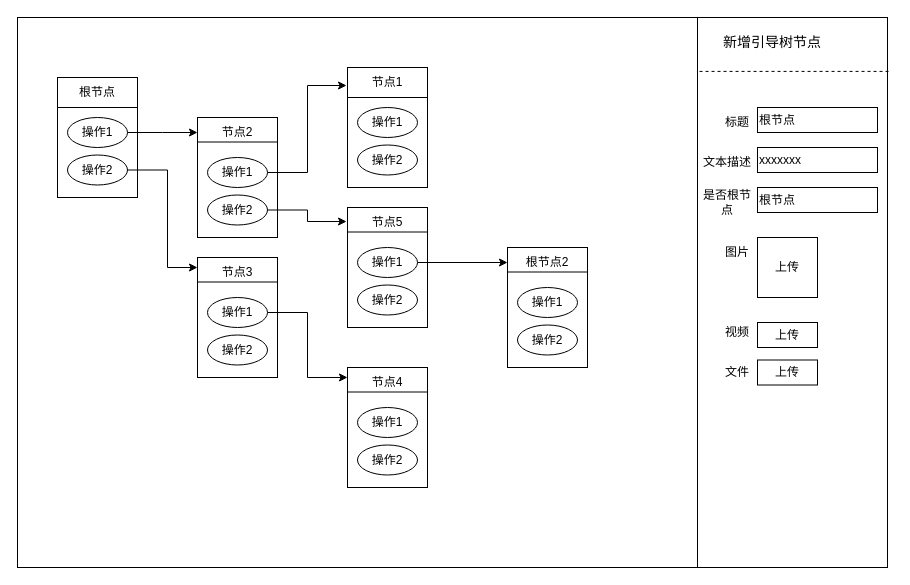
Above: 节点树管理.drawio in huhailong147/Test (draw.io), before the change. Source tidied: cells renumbered, new cells numbered last; positions are measured from the earlier drawing's top-left corner, leaving out a move shared by most shapes. Both pictures are drawn from the tidied source at 100%, with x=0, y=0 at pixel (17, 17).
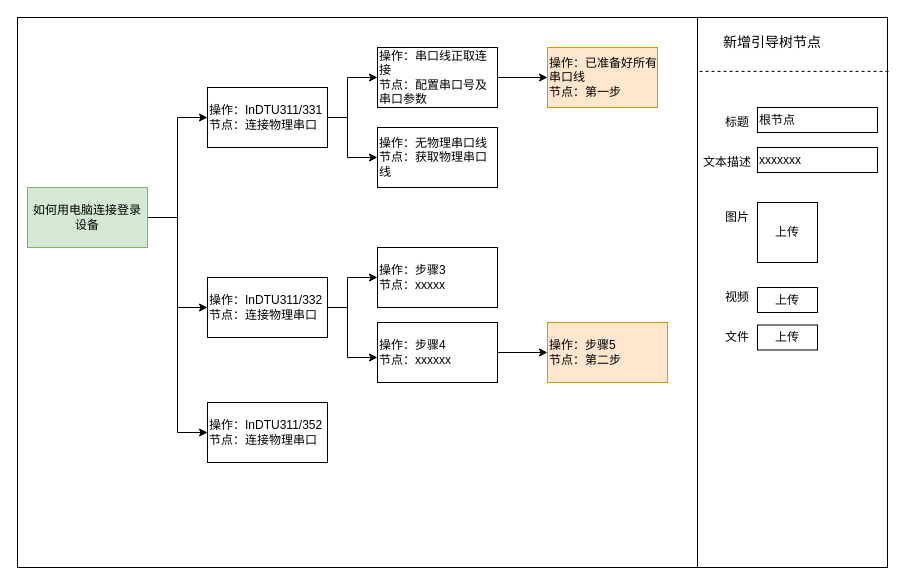
Above is the later version.

Commit message:
更新节点树管理.drawio

What changed in the source:
```diff
@@
-    <mxCell id="8" style="group;" parent="1" vertex="1">
-      <mxGeometry x="330" y="50" width="80" height="120" as="geometry" />
-    </mxCell>
-    <mxCell id="9" style="rounded=0;whiteSpace=wrap;html=1;" parent="8" vertex="1">
-      <mxGeometry width="80" height="120" as="geometry" />
-    </mxCell>
-    <mxCell id="10" value="节点1" style="text;html=1;strokeColor=none;fillColor=none;align=center;verticalAlign=middle;whiteSpace=wrap;rounded=0;" parent="8" vertex="1">
-      <mxGeometry x="10" width="60" height="30" as="geometry" />
-    </mxCell>
-    <mxCell id="11" value="操作1" style="ellipse;whiteSpace=wrap;html=1;" parent="8" vertex="1">
-      <mxGeometry x="10" y="40" width="60" height="30" as="geometry" />
-    </mxCell>
-    <mxCell id="12" value="操作2" style="ellipse;whiteSpace=wrap;html=1;" parent="8" vertex="1">
-      <mxGeometry x="10" y="77.5" width="60" height="30" as="geometry" />
-    </mxCell>
-    <mxCell id="13" style="endArrow=none;html=1;rounded=0;entryX=1;entryY=0.25;entryDx=0;entryDy=0;exitX=0;exitY=0.25;exitDx=0;exitDy=0;" parent="8" edge="1" source="9" target="9">
-      <mxGeometry relative="1" as="geometry" />
-    </mxCell>
-    <mxCell id="14" style="group;" parent="1" vertex="1">
-      <mxGeometry x="180" y="100" width="80" height="120" as="geometry" />
-    </mxCell>
-    <mxCell id="15" style="rounded=0;whiteSpace=wrap;html=1;" parent="14" vertex="1">
-      <mxGeometry width="80" height="120" as="geometry" />
-    </mxCell>
-    <mxCell id="16" value="节点2" style="text;html=1;strokeColor=none;fillColor=none;align=center;verticalAlign=middle;whiteSpace=wrap;rounded=0;" parent="14" vertex="1">
-      <mxGeometry x="10" width="60" height="30" as="geometry" />
-    </mxCell>
-    <mxCell id="17" value="操作1" style="ellipse;whiteSpace=wrap;html=1;" parent="14" vertex="1">
-      <mxGeometry x="10" y="40" width="60" height="30" as="geometry" />
-    </mxCell>
-    <mxCell id="18" value="操作2" style="ellipse;whiteSpace=wrap;html=1;" parent="14" vertex="1">
-      <mxGeometry x="10" y="77.5" width="60" height="30" as="geometry" />
-    </mxCell>
-    <mxCell id="19" style="endArrow=none;html=1;rounded=0;entryX=1;entryY=0.25;entryDx=0;entryDy=0;exitX=0;exitY=0.25;exitDx=0;exitDy=0;" parent="14" edge="1">
-      <mxGeometry relative="1" as="geometry">
-        <mxPoint y="24.5" as="sourcePoint" />
-        <mxPoint x="80" y="24.5" as="targetPoint" />
-      </mxGeometry>
-    </mxCell>
-    <mxCell id="20" style="group;" parent="1" vertex="1">
-      <mxGeometry x="40" y="60" width="80" height="120" as="geometry" />
-    </mxCell>
-    <mxCell id="21" style="rounded=0;whiteSpace=wrap;html=1;" parent="20" vertex="1">
-      <mxGeometry width="80" height="120" as="geometry" />
-    </mxCell>
-    <mxCell id="22" style="group;" parent="20" vertex="1">
-      <mxGeometry x="10" width="60" height="107.5" as="geometry" />
-    </mxCell>
-    <mxCell id="23" value="根节点" style="text;html=1;strokeColor=none;fillColor=none;align=center;verticalAlign=middle;whiteSpace=wrap;rounded=0;" parent="22" vertex="1">
-      <mxGeometry width="60" height="30" as="geometry" />
-    </mxCell>
-    <mxCell id="24" value="操作1" style="ellipse;whiteSpace=wrap;html=1;" parent="22" vertex="1">
-      <mxGeometry y="40" width="60" height="30" as="geometry" />
-    </mxCell>
-    <mxCell id="25" value="操作2" style="ellipse;whiteSpace=wrap;html=1;" parent="22" vertex="1">
-      <mxGeometry y="77.5" width="60" height="30" as="geometry" />
-    </mxCell>
-    <mxCell id="26" style="endArrow=none;html=1;rounded=0;exitX=0;exitY=0.25;exitDx=0;exitDy=0;entryX=1;entryY=0.25;entryDx=0;entryDy=0;" parent="20" edge="1" source="21" target="21">
-      <mxGeometry relative="1" as="geometry" />
-    </mxCell>
-    <mxCell id="27" style="group;" parent="1" vertex="1">
-      <mxGeometry x="180" y="240" width="80" height="120" as="geometry" />
-    </mxCell>
-    <mxCell id="28" style="rounded=0;whiteSpace=wrap;html=1;" parent="27" vertex="1">
-      <mxGeometry width="80" height="120" as="geometry" />
-    </mxCell>
-    <mxCell id="29" value="节点3" style="text;html=1;strokeColor=none;fillColor=none;align=center;verticalAlign=middle;whiteSpace=wrap;rounded=0;" parent="27" vertex="1">
-      <mxGeometry x="10" width="60" height="30" as="geometry" />
-    </mxCell>
-    <mxCell id="30" value="操作1" style="ellipse;whiteSpace=wrap;html=1;" parent="27" vertex="1">
-      <mxGeometry x="10" y="40" width="60" height="30" as="geometry" />
-    </mxCell>
-    <mxCell id="31" value="操作2" style="ellipse;whiteSpace=wrap;html=1;" parent="27" vertex="1">
-      <mxGeometry x="10" y="77.5" width="60" height="30" as="geometry" />
-    </mxCell>
-    <mxCell id="32" style="endArrow=none;html=1;rounded=0;entryX=1;entryY=0.25;entryDx=0;entryDy=0;exitX=0;exitY=0.25;exitDx=0;exitDy=0;" parent="27" edge="1">
-      <mxGeometry relative="1" as="geometry">
-        <mxPoint y="24.5" as="sourcePoint" />
-        <mxPoint x="80" y="24.5" as="targetPoint" />
-      </mxGeometry>
-    </mxCell>
-    <mxCell id="33" style="group;" parent="1" vertex="1">
-      <mxGeometry x="330" y="350" width="80" height="120" as="geometry" />
-    </mxCell>
-    <mxCell id="34" style="rounded=0;whiteSpace=wrap;html=1;" parent="33" vertex="1">
-      <mxGeometry width="80" height="120" as="geometry" />
-    </mxCell>
-    <mxCell id="35" value="节点4" style="text;html=1;strokeColor=none;fillColor=none;align=center;verticalAlign=middle;whiteSpace=wrap;rounded=0;" parent="33" vertex="1">
-      <mxGeometry x="10" width="60" height="30" as="geometry" />
-    </mxCell>
-    <mxCell id="36" value="操作1" style="ellipse;whiteSpace=wrap;html=1;" parent="33" vertex="1">
-      <mxGeometry x="10" y="40" width="60" height="30" as="geometry" />
-    </mxCell>
-    <mxCell id="37" value="操作2" style="ellipse;whiteSpace=wrap;html=1;" parent="33" vertex="1">
-      <mxGeometry x="10" y="77.5" width="60" height="30" as="geometry" />
-    </mxCell>
-    <mxCell id="38" style="endArrow=none;html=1;rounded=0;entryX=1;entryY=0.25;entryDx=0;entryDy=0;exitX=0;exitY=0.25;exitDx=0;exitDy=0;" parent="33" edge="1">
-      <mxGeometry relative="1" as="geometry">
-        <mxPoint y="24.5" as="sourcePoint" />
-        <mxPoint x="80" y="24.5" as="targetPoint" />
-      </mxGeometry>
-    </mxCell>
-    <mxCell id="39" style="group;" parent="1" vertex="1">
-      <mxGeometry x="330" y="190" width="80" height="120" as="geometry" />
-    </mxCell>
-    <mxCell id="40" style="rounded=0;whiteSpace=wrap;html=1;" parent="39" vertex="1">
-      <mxGeometry width="80" height="120" as="geometry" />
-    </mxCell>
-    <mxCell id="41" value="节点5" style="text;html=1;strokeColor=none;fillColor=none;align=center;verticalAlign=middle;whiteSpace=wrap;rounded=0;" parent="39" vertex="1">
-      <mxGeometry x="10" width="60" height="30" as="geometry" />
-    </mxCell>
-    <mxCell id="42" value="操作1" style="ellipse;whiteSpace=wrap;html=1;" parent="39" vertex="1">
-      <mxGeometry x="10" y="40" width="60" height="30" as="geometry" />
-    </mxCell>
-    <mxCell id="43" value="操作2" style="ellipse;whiteSpace=wrap;html=1;" parent="39" vertex="1">
-      <mxGeometry x="10" y="77.5" width="60" height="30" as="geometry" />
-    </mxCell>
-    <mxCell id="44" style="endArrow=none;html=1;rounded=0;entryX=1;entryY=0.25;entryDx=0;entryDy=0;exitX=0;exitY=0.25;exitDx=0;exitDy=0;" parent="39" edge="1">
-      <mxGeometry relative="1" as="geometry">
-        <mxPoint y="24.5" as="sourcePoint" />
-        <mxPoint x="80" y="24.5" as="targetPoint" />
-      </mxGeometry>
-    </mxCell>
-    <mxCell id="45" style="edgeStyle=orthogonalEdgeStyle;rounded=0;jettySize=auto;html=1;exitX=1;exitY=0.5;exitDx=0;exitDy=0;" parent="1" edge="1" source="24">
-      <mxGeometry relative="1" as="geometry">
-        <mxPoint x="180" y="115" as="targetPoint" />
-      </mxGeometry>
-    </mxCell>
-    <mxCell id="46" style="edgeStyle=orthogonalEdgeStyle;rounded=0;jettySize=auto;html=1;exitX=1;exitY=0.5;exitDx=0;exitDy=0;" parent="1" edge="1" source="25">
-      <mxGeometry relative="1" as="geometry">
-        <mxPoint x="180" y="250" as="targetPoint" />
-        <Array as="points">
-          <mxPoint x="150" y="153" />
-          <mxPoint x="150" y="250" />
-          <mxPoint x="180" y="250" />
-        </Array>
-      </mxGeometry>
-    </mxCell>
-    <mxCell id="47" style="edgeStyle=orthogonalEdgeStyle;rounded=0;jettySize=auto;html=1;entryX=0;entryY=0.083;entryDx=0;entryDy=0;entryPerimeter=0;" parent="1" edge="1" source="30" target="34">
-      <mxGeometry relative="1" as="geometry">
-        <Array as="points">
-          <mxPoint x="290" y="295" />
-          <mxPoint x="290" y="360" />
-        </Array>
-      </mxGeometry>
-    </mxCell>
-    <mxCell id="48" style="edgeStyle=orthogonalEdgeStyle;rounded=0;jettySize=auto;html=1;entryX=-0.012;entryY=0.15;entryDx=0;entryDy=0;entryPerimeter=0;" parent="1" edge="1" source="17" target="9">
-      <mxGeometry relative="1" as="geometry" />
-    </mxCell>
-    <mxCell id="49" style="edgeStyle=orthogonalEdgeStyle;rounded=0;jettySize=auto;html=1;exitX=1;exitY=0.5;exitDx=0;exitDy=0;entryX=-0.012;entryY=0.117;entryDx=0;entryDy=0;entryPerimeter=0;" parent="1" edge="1" source="18" target="40">
-      <mxGeometry relative="1" as="geometry" />
-    </mxCell>
-    <mxCell id="50" style="group;" parent="1" vertex="1">
-      <mxGeometry x="490" y="230" width="80" height="120" as="geometry" />
-    </mxCell>
-    <mxCell id="51" style="rounded=0;whiteSpace=wrap;html=1;" parent="50" vertex="1">
-      <mxGeometry width="80" height="120" as="geometry" />
-    </mxCell>
-    <mxCell id="52" value="根节点2" style="text;html=1;strokeColor=none;fillColor=none;align=center;verticalAlign=middle;whiteSpace=wrap;rounded=0;" parent="50" vertex="1">
-      <mxGeometry x="10" width="60" height="30" as="geometry" />
-    </mxCell>
-    <mxCell id="53" value="操作1" style="ellipse;whiteSpace=wrap;html=1;" parent="50" vertex="1">
-      <mxGeometry x="10" y="40" width="60" height="30" as="geometry" />
-    </mxCell>
-    <mxCell id="54" value="操作2" style="ellipse;whiteSpace=wrap;html=1;" parent="50" vertex="1">
-      <mxGeometry x="10" y="77.5" width="60" height="30" as="geometry" />
-    </mxCell>
-    <mxCell id="55" style="endArrow=none;html=1;rounded=0;entryX=1;entryY=0.25;entryDx=0;entryDy=0;exitX=0;exitY=0.25;exitDx=0;exitDy=0;" parent="50" edge="1">
-      <mxGeometry relative="1" as="geometry">
-        <mxPoint y="24.5" as="sourcePoint" />
-        <mxPoint x="80" y="24.5" as="targetPoint" />
-      </mxGeometry>
-    </mxCell>
-    <mxCell id="56" style="edgeStyle=orthogonalEdgeStyle;rounded=0;jettySize=auto;html=1;entryX=0;entryY=0.125;entryDx=0;entryDy=0;entryPerimeter=0;" parent="1" edge="1" source="42" target="51">
-      <mxGeometry relative="1" as="geometry" />
-    </mxCell>
-    <mxCell id="57" value="是否根节点" style="text;html=1;strokeColor=none;fillColor=none;align=center;verticalAlign=middle;whiteSpace=wrap;rounded=0;" parent="1" vertex="1">
-      <mxGeometry x="680" y="170" width="60" height="30" as="geometry" />
-    </mxCell>
-    <mxCell id="58" value="根节点" style="rounded=0;whiteSpace=wrap;html=1;align=left;" parent="1" vertex="1">
-      <mxGeometry x="740" y="170" width="120" height="25" as="geometry" />
-    </mxCell>
     <mxCell id="59" value="图片" style="text;html=1;strokeColor=none;fillColor=none;align=center;verticalAlign=middle;whiteSpace=wrap;rounded=0;" parent="1" vertex="1">
-      <mxGeometry x="690" y="220" width="60" height="30" as="geometry" />
+      <mxGeometry x="690" y="185" width="60" height="30" as="geometry" />
     </mxCell>
     <mxCell id="60" value="上传" style="rounded=0;whiteSpace=wrap;html=1;" parent="1" vertex="1">
-      <mxGeometry x="740" y="220" width="60" height="60" as="geometry" />
+      <mxGeometry x="740" y="185" width="60" height="60" as="geometry" />
     </mxCell>
     <mxCell id="61" value="视频" style="text;html=1;strokeColor=none;fillColor=none;align=center;verticalAlign=middle;whiteSpace=wrap;rounded=0;" parent="1" vertex="1">
-      <mxGeometry x="690" y="300" width="60" height="30" as="geometry" />
+      <mxGeometry x="690" y="265" width="60" height="30" as="geometry" />
     </mxCell>
     <mxCell id="62" value="上传" style="rounded=0;whiteSpace=wrap;html=1;" parent="1" vertex="1">
-      <mxGeometry x="740" y="305" width="60" height="25" as="geometry" />
+      <mxGeometry x="740" y="270" width="60" height="25" as="geometry" />
     </mxCell>
     <mxCell id="63" value="文件" style="text;html=1;strokeColor=none;fillColor=none;align=center;verticalAlign=middle;whiteSpace=wrap;rounded=0;" parent="1" vertex="1">
-      <mxGeometry x="690" y="340" width="60" height="30" as="geometry" />
+      <mxGeometry x="690" y="305" width="60" height="30" as="geometry" />
     </mxCell>
     <mxCell id="64" value="上传" style="rounded=0;whiteSpace=wrap;html=1;" parent="1" vertex="1">
-      <mxGeometry x="740" y="342.5" width="60" height="25" as="geometry" />
+      <mxGeometry x="740" y="307.5" width="60" height="25" as="geometry" />
     </mxCell>
@@
+    <mxCell id="67" style="edgeStyle=orthogonalEdgeStyle;rounded=0;jettySize=auto;html=1;exitX=1;exitY=0.5;exitDx=0;exitDy=0;" parent="1" edge="1" source="70" target="73">
+      <mxGeometry relative="1" as="geometry">
+        <Array as="points">
+          <mxPoint x="160" y="200" />
+          <mxPoint x="160" y="100" />
+        </Array>
+      </mxGeometry>
+    </mxCell>
+    <mxCell id="68" style="edgeStyle=orthogonalEdgeStyle;rounded=0;jettySize=auto;html=1;entryX=0;entryY=0.5;entryDx=0;entryDy=0;" parent="1" edge="1" source="70" target="76">
+      <mxGeometry relative="1" as="geometry">
+        <Array as="points">
+          <mxPoint x="160" y="200" />
+          <mxPoint x="160" y="290" />
+        </Array>
+      </mxGeometry>
+    </mxCell>
+    <mxCell id="69" style="edgeStyle=orthogonalEdgeStyle;rounded=0;jettySize=auto;html=1;entryX=0;entryY=0.5;entryDx=0;entryDy=0;" parent="1" edge="1" source="70" target="82">
+      <mxGeometry relative="1" as="geometry">
+        <Array as="points">
+          <mxPoint x="160" y="200" />
+          <mxPoint x="160" y="415" />
+        </Array>
+      </mxGeometry>
+    </mxCell>
+    <mxCell id="70" value="如何用电脑连接登录设备" style="rounded=0;whiteSpace=wrap;html=1;fillColor=#d5e8d4;strokeColor=#82b366;" parent="1" vertex="1">
+      <mxGeometry x="10" y="170" width="120" height="60" as="geometry" />
+    </mxCell>
+    <mxCell id="71" style="edgeStyle=orthogonalEdgeStyle;rounded=0;jettySize=auto;html=1;" parent="1" edge="1" source="73" target="78">
+      <mxGeometry relative="1" as="geometry">
+        <Array as="points">
+          <mxPoint x="330" y="100" />
+          <mxPoint x="330" y="60" />
+        </Array>
+      </mxGeometry>
+    </mxCell>
+    <mxCell id="72" style="edgeStyle=orthogonalEdgeStyle;rounded=0;jettySize=auto;html=1;" parent="1" edge="1" source="73" target="83">
+      <mxGeometry relative="1" as="geometry">
+        <Array as="points">
+          <mxPoint x="330" y="100" />
+          <mxPoint x="330" y="140" />
+        </Array>
+      </mxGeometry>
+    </mxCell>
+    <mxCell id="73" value="操作：InDTU311/331&lt;br&gt;节点：连接物理串口" style="whiteSpace=wrap;html=1;rounded=0;align=left;" parent="1" vertex="1">
+      <mxGeometry x="190" y="70" width="120" height="60" as="geometry" />
+    </mxCell>
+    <mxCell id="74" style="edgeStyle=orthogonalEdgeStyle;rounded=0;jettySize=auto;html=1;" parent="1" edge="1" source="76" target="79">
+      <mxGeometry relative="1" as="geometry">
+        <Array as="points">
+          <mxPoint x="330" y="290" />
+          <mxPoint x="330" y="260" />
+        </Array>
+      </mxGeometry>
+    </mxCell>
+    <mxCell id="75" style="edgeStyle=orthogonalEdgeStyle;rounded=0;jettySize=auto;html=1;" parent="1" edge="1" source="76" target="81">
+      <mxGeometry relative="1" as="geometry">
+        <Array as="points">
+          <mxPoint x="330" y="290" />
+          <mxPoint x="330" y="340" />
+        </Array>
+      </mxGeometry>
+    </mxCell>
+    <mxCell id="76" value="操作：InDTU311/332&lt;br&gt;节点：连接物理串口" style="whiteSpace=wrap;html=1;rounded=0;align=left;" parent="1" vertex="1">
+      <mxGeometry x="190" y="260" width="120" height="60" as="geometry" />
+    </mxCell>
+    <mxCell id="77" style="edgeStyle=orthogonalEdgeStyle;rounded=0;jettySize=auto;html=1;" parent="1" edge="1" source="78" target="84">
+      <mxGeometry relative="1" as="geometry" />
+    </mxCell>
+    <mxCell id="78" value="操作：串口线正取连接&lt;br&gt;节点：配置串口号及串口参数" style="whiteSpace=wrap;html=1;align=left;rounded=0;" parent="1" vertex="1">
+      <mxGeometry x="360" y="30" width="120" height="60" as="geometry" />
+    </mxCell>
+    <mxCell id="79" value="操作：步骤3&lt;br&gt;节点：xxxxx" style="whiteSpace=wrap;html=1;align=left;rounded=0;" parent="1" vertex="1">
+      <mxGeometry x="360" y="230" width="120" height="60" as="geometry" />
+    </mxCell>
+    <mxCell id="80" style="edgeStyle=orthogonalEdgeStyle;rounded=0;jettySize=auto;html=1;" parent="1" edge="1" source="81" target="85">
+      <mxGeometry relative="1" as="geometry" />
+    </mxCell>
+    <mxCell id="81" value="操作：步骤4&lt;br&gt;节点：xxxxxx" style="whiteSpace=wrap;html=1;align=left;rounded=0;" parent="1" vertex="1">
+      <mxGeometry x="360" y="305" width="120" height="60" as="geometry" />
+    </mxCell>
+    <mxCell id="82" value="操作：InDTU311/352&lt;br&gt;节点：连接物理串口" style="whiteSpace=wrap;html=1;rounded=0;align=left;" parent="1" vertex="1">
+      <mxGeometry x="190" y="385" width="120" height="60" as="geometry" />
+    </mxCell>
+    <mxCell id="83" value="操作：无物理串口线&lt;br&gt;节点：获取物理串口线" style="whiteSpace=wrap;html=1;align=left;rounded=0;" parent="1" vertex="1">
+      <mxGeometry x="360" y="110" width="120" height="60" as="geometry" />
+    </mxCell>
+    <mxCell id="84" value="操作：已准备好所有串口线&lt;br&gt;节点：第一步" style="whiteSpace=wrap;html=1;align=left;rounded=0;fillColor=#ffe6cc;strokeColor=#d79b00;" parent="1" vertex="1">
+      <mxGeometry x="530" y="30" width="110" height="60" as="geometry" />
+    </mxCell>
+    <mxCell id="85" value="操作：步骤5&lt;br&gt;节点：第二步" style="whiteSpace=wrap;html=1;align=left;rounded=0;fillColor=#ffe6cc;strokeColor=#d79b00;" parent="1" vertex="1">
+      <mxGeometry x="530" y="305" width="120" height="60" as="geometry" />
+    </mxCell>
```
